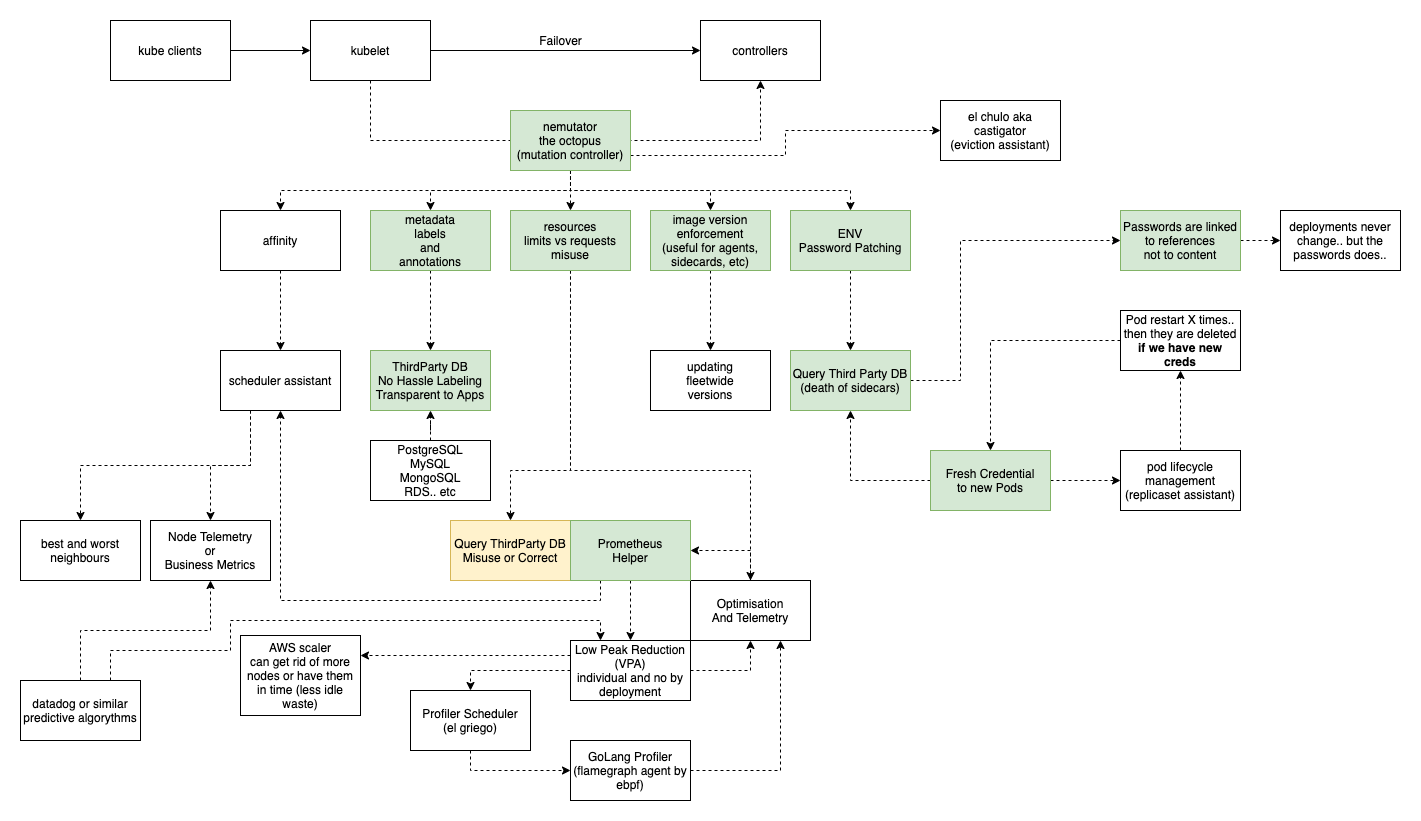
The draw.io diagram images/Nemutator.png in fblgit/nemutator, before a commit. Source tidied: cells renumbered, new cells last; positions are measured from the earlier drawing's top-left corner, leaving out a move shared by most shapes.
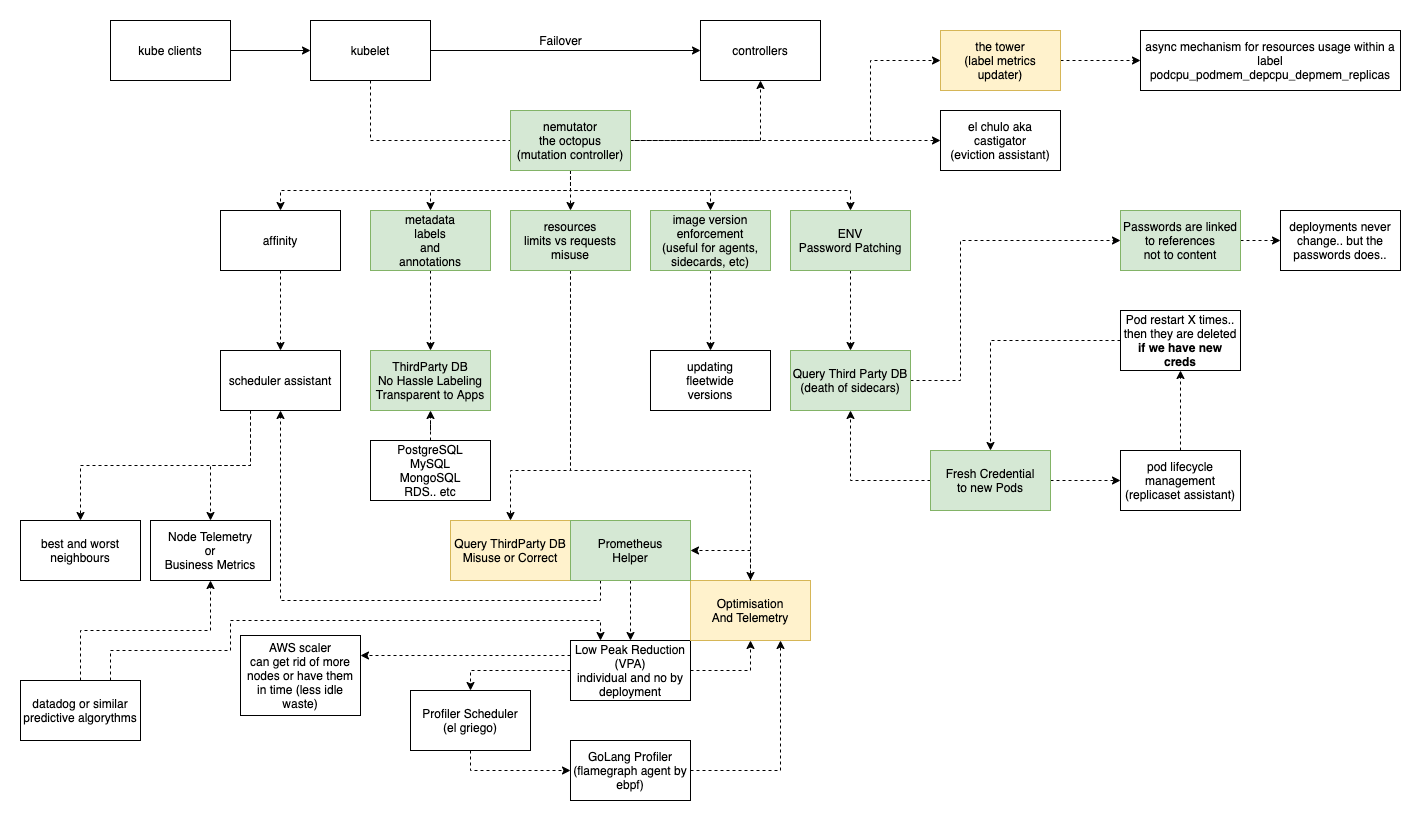
After the change.

Commit message:
Updated Progress Map

The edit, as a diff of the source:
```diff
@@ -31,9 +31,17 @@
     <mxCell id="9" style="edgeStyle=orthogonalEdgeStyle;rounded=0;jettySize=auto;html=1;exitX=0.5;exitY=1;exitDx=0;exitDy=0;entryX=0.5;entryY=0;entryDx=0;entryDy=0;dashed=1;" parent="1" edge="1" source="11" target="26">
       <mxGeometry relative="1" as="geometry" />
     </mxCell>
-    <mxCell id="10" style="edgeStyle=orthogonalEdgeStyle;rounded=0;jettySize=auto;html=1;exitX=1;exitY=0.75;exitDx=0;exitDy=0;entryX=0;entryY=0.5;entryDx=0;entryDy=0;dashed=1;" parent="1" edge="1" source="11" target="62">
+    <mxCell id="10" style="edgeStyle=orthogonalEdgeStyle;rounded=0;jettySize=auto;html=1;exitX=1;exitY=0.5;exitDx=0;exitDy=0;entryX=0;entryY=0.5;entryDx=0;entryDy=0;dashed=1;" parent="1" edge="1" source="11" target="62">
       <mxGeometry relative="1" as="geometry" />
     </mxCell>
+    <mxCell id="67" style="edgeStyle=orthogonalEdgeStyle;rounded=0;jettySize=auto;html=1;exitX=1;exitY=0.5;exitDx=0;exitDy=0;entryX=0;entryY=0.5;entryDx=0;entryDy=0;dashed=1;" parent="1" edge="1" source="11" target="69">
+      <mxGeometry relative="1" as="geometry">
+        <Array as="points">
+          <mxPoint x="850" y="120" />
+          <mxPoint x="850" y="40" />
+        </Array>
+      </mxGeometry>
+    </mxCell>
     <mxCell id="11" value="nemutator&lt;br&gt;the octopus&lt;br&gt;(mutation controller)" style="rounded=0;whiteSpace=wrap;html=1;fillColor=#d5e8d4;strokeColor=#82b366;" parent="1" vertex="1">
       <mxGeometry x="490" y="90" width="120" height="60" as="geometry" />
     </mxCell>
@@ -124,7 +132,7 @@
     <mxCell id="35" style="edgeStyle=orthogonalEdgeStyle;rounded=0;jettySize=auto;html=1;exitX=1;exitY=0.5;exitDx=0;exitDy=0;entryX=0.5;entryY=1;entryDx=0;entryDy=0;dashed=1;" parent="1" edge="1" source="34" target="36">
       <mxGeometry relative="1" as="geometry" />
     </mxCell>
-    <mxCell id="36" value="Optimisation&lt;br&gt;And Telemetry" style="rounded=0;whiteSpace=wrap;html=1;" parent="1" vertex="1">
+    <mxCell id="36" value="Optimisation&lt;br&gt;And Telemetry" style="rounded=0;whiteSpace=wrap;html=1;fillColor=#fff2cc;strokeColor=#d6b656;" parent="1" vertex="1">
       <mxGeometry x="670" y="560" width="120" height="60" as="geometry" />
     </mxCell>
     <mxCell id="37" style="edgeStyle=orthogonalEdgeStyle;rounded=0;jettySize=auto;html=1;exitX=1;exitY=0.5;exitDx=0;exitDy=0;entryX=0.75;entryY=1;entryDx=0;entryDy=0;dashed=1;" parent="1" edge="1" source="38" target="36">
@@ -203,7 +211,7 @@
       <mxGeometry y="500" width="120" height="60" as="geometry" />
     </mxCell>
     <mxCell id="62" value="el chulo aka castigator&lt;br&gt;(eviction assistant)" style="rounded=0;whiteSpace=wrap;html=1;" parent="1" vertex="1">
-      <mxGeometry x="920" y="80" width="120" height="60" as="geometry" />
+      <mxGeometry x="920" y="90" width="120" height="60" as="geometry" />
     </mxCell>
     <mxCell id="63" value="AWS scaler&lt;br&gt;can get rid of more nodes or have them in time (less idle waste)" style="rounded=0;whiteSpace=wrap;html=1;" parent="1" vertex="1">
       <mxGeometry x="220" y="615" width="120" height="80" as="geometry" />
@@ -224,5 +232,14 @@
     <mxCell id="66" value="datadog or similar&lt;br&gt;predictive algorythms" style="rounded=0;whiteSpace=wrap;html=1;" parent="1" vertex="1">
       <mxGeometry y="660" width="120" height="60" as="geometry" />
     </mxCell>
+    <mxCell id="68" style="edgeStyle=orthogonalEdgeStyle;rounded=0;jettySize=auto;html=1;dashed=1;" parent="1" edge="1" source="69" target="70">
+      <mxGeometry relative="1" as="geometry" />
+    </mxCell>
+    <mxCell id="69" value="the tower&lt;br&gt;(label metrics updater)" style="rounded=0;whiteSpace=wrap;html=1;fillColor=#fff2cc;strokeColor=#d6b656;" parent="1" vertex="1">
+      <mxGeometry x="920" y="10" width="120" height="60" as="geometry" />
+    </mxCell>
+    <mxCell id="70" value="async mechanism for resources usage within a label&lt;br&gt;podcpu_podmem_depcpu_depmem_replicas" style="rounded=0;whiteSpace=wrap;html=1;" parent="1" vertex="1">
+      <mxGeometry x="1120" y="10" width="260" height="60" as="geometry" />
+    </mxCell>
   </root>
 </mxGraphModel>
```
